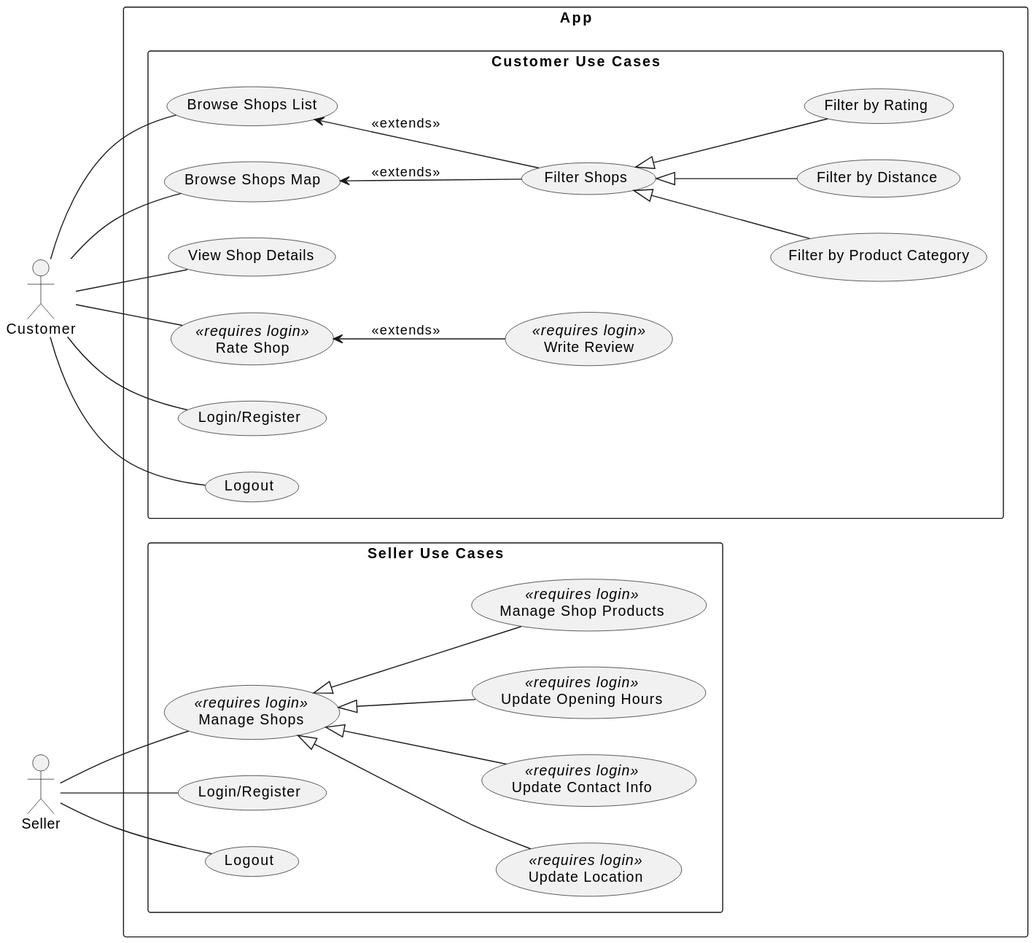
tondracek/my-farmer keeps this PlantUML diagram as docs/diagram-img/use_case_diagram.svg. Above is the earlier version.
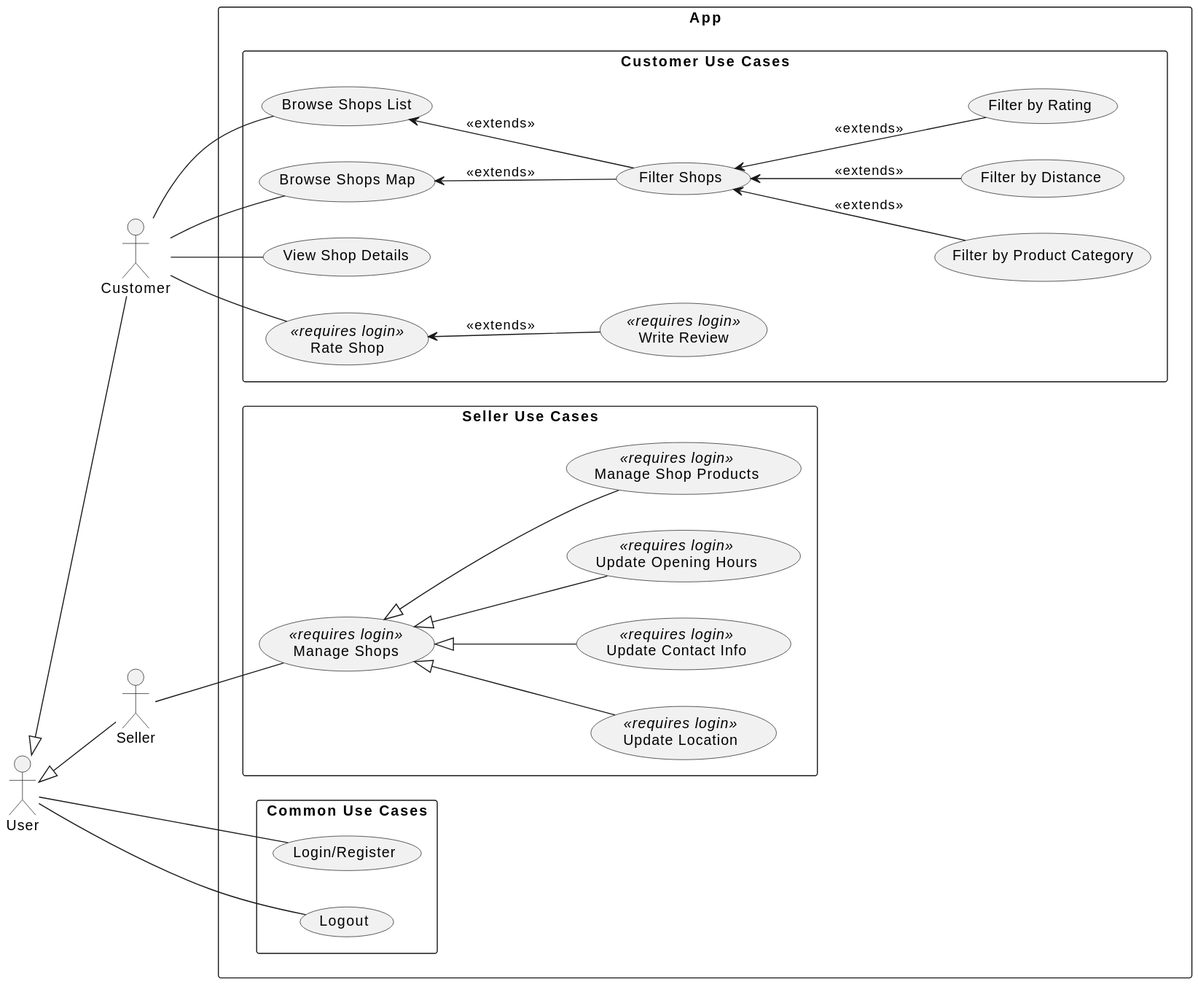
After the change.

Commit message:
🖼️ Auto-update UML diagrams

Change to the diagram source:
```diff
@@ -2,10 +2,23 @@
 skinparam backgroundColor #FFFFFF
 left to right direction
 
+actor "User" as User
 actor "Customer" as Customer
 actor "Seller" as Seller
 
+User <|-- Customer
+User <|-- Seller
+
 rectangle "App" {
+
+  rectangle "Common Use Cases" {
+
+    usecase "Login/Register" as LoginRegisterCustomer
+    usecase "Logout" as LogoutCustomer
+
+    User -- LoginRegisterCustomer
+    User -- LogoutCustomer
+  }
 
   rectangle "Customer Use Cases" {
 
@@ -28,19 +41,13 @@
     BrowseShopsList <-- FilterShops : <<extends>>
     BrowseShopsMap <-- FilterShops : <<extends>>
 
-    FilterShops <|-- FilterByCategory
-    FilterShops <|-- FilterByDistance
-    FilterShops <|-- FilterByRating
+    FilterShops <-- FilterByCategory : <<extends>>
+    FilterShops <-- FilterByDistance : <<extends>>
+    FilterShops <-- FilterByRating : <<extends>>
 
     Customer -- ViewShopDetails
     Customer -- RateShop
     RateShop <-- WriteReview : <<extends>>
-
-    usecase "Login/Register" as LoginRegisterCustomer
-    usecase "Logout" as LogoutCustomer
-
-    Customer -- LoginRegisterCustomer
-    Customer -- LogoutCustomer
   }
 
   rectangle "Seller Use Cases" {
@@ -57,12 +64,6 @@
     ManageShops <|-- UpdateContactInfo
     ManageShops <|-- UpdateOpeningHours
     ManageShops <|-- ManageShopProducts
-
-    usecase "Login/Register" as LoginRegisterSeller
-    usecase "Logout" as LogoutSeller
-
-    Seller -- LoginRegisterSeller
-    Seller -- LogoutSeller
   }
 }
 @enduml
```
